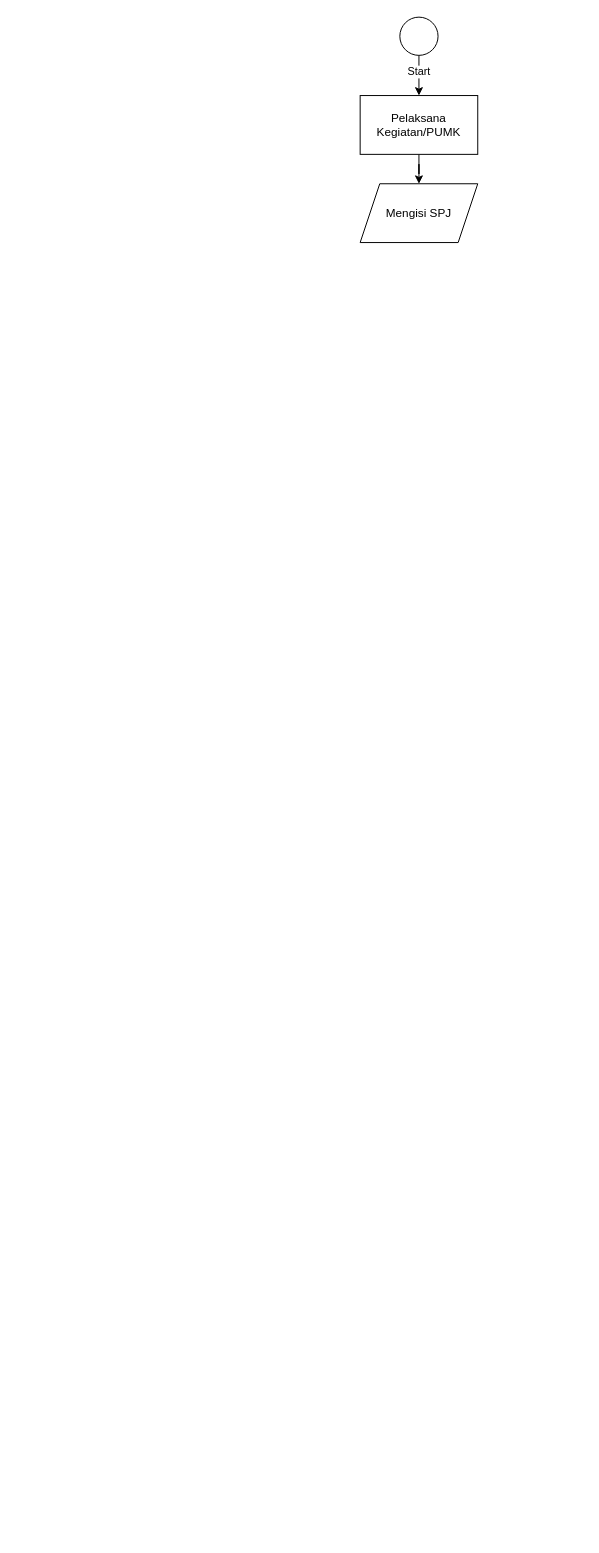
Before: Pengembalian/Pembukuan.drawio in ansh215-it/File_Penting, a draw.io diagram. Source tidied: cells renumbered, new cells numbered last; positions are measured from the earlier drawing's top-left corner, leaving out a move shared by most shapes. Both pictures are drawn from the tidied source at 98%, with x=0, y=0 at pixel (360, 17). Pictures stored in the file or linked from it are replaced by grey dashed boxes.
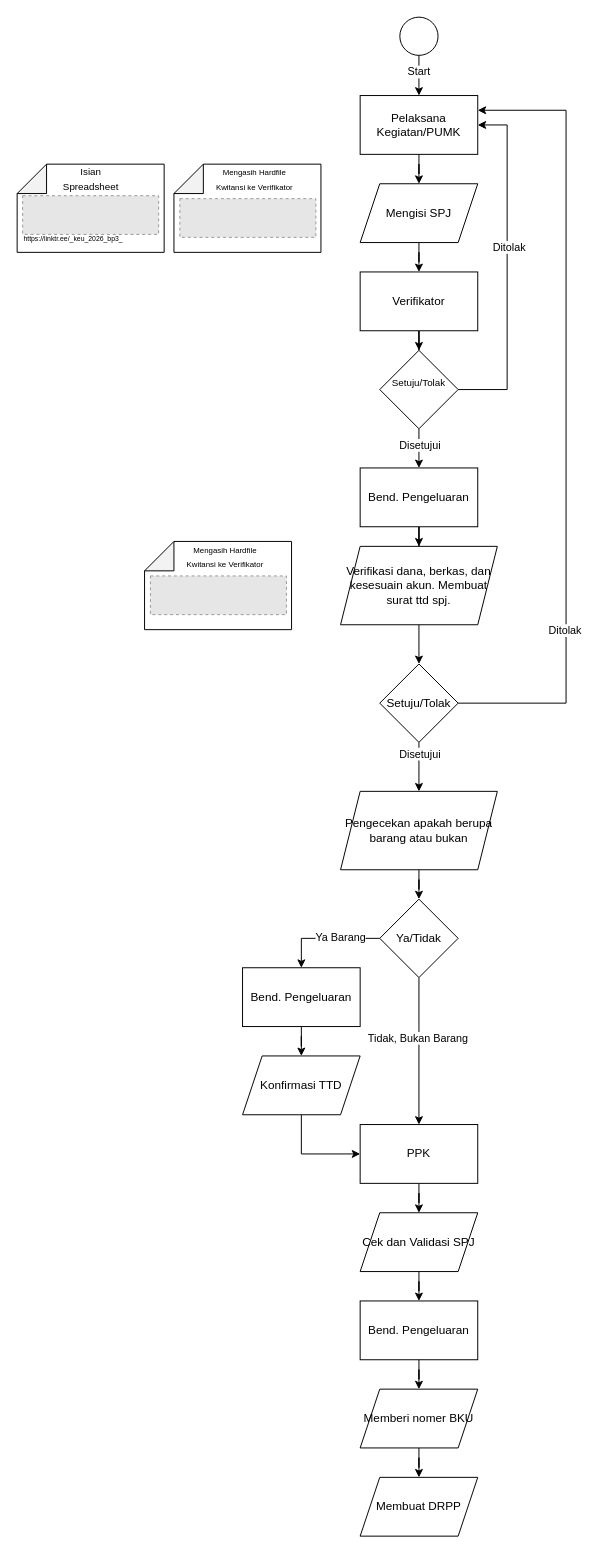
The same diagram, later.

The change refers to these unchanged cells:
```xml
<mxCell id="3" value="Pelaksana Kegiatan/PUMK" style="rounded=0;whiteSpace=wrap;html=1;" parent="1" vertex="1">
  <mxGeometry y="80" width="120" height="60" as="geometry" />
</mxCell>
<mxCell id="7" value="Mengisi SPJ" style="shape=parallelogram;perimeter=parallelogramPerimeter;whiteSpace=wrap;html=1;shapeInside=1;fixedSize=1;" parent="1" vertex="1">
  <mxGeometry y="170" width="120" height="60" as="geometry" />
</mxCell>
```

The edit, as a diff of the source:
```diff
@@
+    <mxCell id="8" style="edgeStyle=orthogonalEdgeStyle;rounded=0;jettySize=auto;html=1;" parent="1" edge="1" source="7" target="16">
+      <mxGeometry relative="1" as="geometry" />
+    </mxCell>
@@
+    <mxCell id="9" style="shape=note;whiteSpace=wrap;html=1;backgroundOutline=1;darkOpacity=0.05;rotation=-90;" parent="1" vertex="1">
+      <mxGeometry x="-320" y="120" width="90" height="150" as="geometry" />
+    </mxCell>
+    <mxCell id="10" style="fillColor=#E6E6E6;strokeColor=#999999;dashed=1;verticalLabelPosition=bottom;labelBackgroundColor=default;verticalAlign=top;" parent="1" vertex="1">
+      <mxGeometry x="-344.4" y="182.2" width="138.8" height="39.5" as="geometry" />
+    </mxCell>
+    <mxCell id="11" value="&lt;font style=&quot;font-size: 7px;&quot;&gt;https://linktr.ee/_keu_2026_bp3_&lt;/font&gt;" style="text;html=1;whiteSpace=wrap;strokeColor=none;fillColor=none;align=center;verticalAlign=middle;rounded=0;" parent="1" vertex="1">
+      <mxGeometry x="-330" y="210" width="75" height="30" as="geometry" />
+    </mxCell>
+    <mxCell id="12" style="shape=note;whiteSpace=wrap;html=1;backgroundOutline=1;darkOpacity=0.05;rotation=-90;" parent="1" vertex="1">
+      <mxGeometry x="-160" y="120" width="90" height="150" as="geometry" />
+    </mxCell>
+    <mxCell id="13" style="fillColor=#E6E6E6;strokeColor=#999999;dashed=1;verticalLabelPosition=bottom;labelBackgroundColor=default;verticalAlign=top;" parent="1" vertex="1">
+      <mxGeometry x="-184" y="185.2" width="138.8" height="39.5" as="geometry" />
+    </mxCell>
+    <mxCell id="14" value="&lt;font style=&quot;font-size: 8px;&quot;&gt;Mengasih Hardfile Kwitansi ke Verifikator&lt;/font&gt;" style="text;html=1;whiteSpace=wrap;strokeColor=none;fillColor=none;align=center;verticalAlign=middle;rounded=0;" parent="1" vertex="1">
+      <mxGeometry x="-150" y="150" width="85" height="30" as="geometry" />
+    </mxCell>
+    <mxCell id="15" style="edgeStyle=orthogonalEdgeStyle;rounded=0;jettySize=auto;html=1;" parent="1" edge="1" source="16" target="21">
+      <mxGeometry relative="1" as="geometry" />
+    </mxCell>
+    <mxCell id="16" value="Verifikator" style="rounded=0;whiteSpace=wrap;html=1;" parent="1" vertex="1">
+      <mxGeometry y="260" width="120" height="60" as="geometry" />
+    </mxCell>
+    <mxCell id="17" style="edgeStyle=orthogonalEdgeStyle;rounded=0;jettySize=auto;html=1;entryX=1;entryY=0.5;entryDx=0;entryDy=0;" parent="1" edge="1" source="21" target="3">
+      <mxGeometry relative="1" as="geometry">
+        <Array as="points">
+          <mxPoint x="150" y="380" />
+          <mxPoint x="150" y="110" />
+        </Array>
+      </mxGeometry>
+    </mxCell>
+    <mxCell id="18" value="Ditolak" style="edgeLabel;html=1;align=center;verticalAlign=middle;" parent="17" vertex="1">
+      <mxGeometry x="-0.03" y="-1" relative="1" as="geometry">
+        <mxPoint y="-26" as="offset" />
+      </mxGeometry>
+    </mxCell>
+    <mxCell id="19" style="edgeStyle=orthogonalEdgeStyle;rounded=0;jettySize=auto;html=1;" parent="1" edge="1" source="21" target="23">
+      <mxGeometry relative="1" as="geometry" />
+    </mxCell>
+    <mxCell id="20" value="Disetujui" style="edgeLabel;html=1;align=center;verticalAlign=middle;" parent="19" vertex="1">
+      <mxGeometry x="-0.2" relative="1" as="geometry" />
+    </mxCell>
+    <mxCell id="21" value="&lt;font size=&quot;1&quot;&gt;Setuju/Tolak&lt;/font&gt;&lt;br&gt;&lt;div&gt;&lt;br&gt;&lt;/div&gt;" style="rhombus;whiteSpace=wrap;html=1;shapeInside=1;rounded=0;" parent="1" vertex="1">
+      <mxGeometry x="20" y="340" width="80" height="80" as="geometry" />
+    </mxCell>
+    <mxCell id="22" style="edgeStyle=orthogonalEdgeStyle;rounded=0;jettySize=auto;html=1;" parent="1" edge="1" source="23" target="25">
+      <mxGeometry relative="1" as="geometry" />
+    </mxCell>
+    <mxCell id="23" value="Bend. Pengeluaran" style="rounded=0;whiteSpace=wrap;html=1;" parent="1" vertex="1">
+      <mxGeometry y="460" width="120" height="60" as="geometry" />
+    </mxCell>
+    <mxCell id="24" style="edgeStyle=orthogonalEdgeStyle;rounded=0;jettySize=auto;html=1;" parent="1" edge="1" source="25" target="36">
+      <mxGeometry relative="1" as="geometry" />
+    </mxCell>
+    <mxCell id="25" value="Verifikasi dana, berkas, dan kesesuain akun. Membuat surat ttd spj." style="shape=parallelogram;perimeter=parallelogramPerimeter;whiteSpace=wrap;html=1;shapeInside=1;fixedSize=1;" parent="1" vertex="1">
+      <mxGeometry x="-20" y="540" width="160" height="80" as="geometry" />
+    </mxCell>
+    <mxCell id="26" value="&lt;font style=&quot;font-size: 10px;&quot;&gt;Isian Spreadsheet&lt;/font&gt;" style="text;html=1;whiteSpace=wrap;strokeColor=none;fillColor=none;align=center;verticalAlign=middle;rounded=0;" parent="1" vertex="1">
+      <mxGeometry x="-312.5" y="150" width="75" height="30" as="geometry" />
+    </mxCell>
+    <mxCell id="27" style="shape=note;whiteSpace=wrap;html=1;backgroundOutline=1;darkOpacity=0.05;rotation=-90;" parent="1" vertex="1">
+      <mxGeometry x="-190" y="505" width="90" height="150" as="geometry" />
+    </mxCell>
+    <mxCell id="28" style="fillColor=#E6E6E6;strokeColor=#999999;dashed=1;verticalLabelPosition=bottom;labelBackgroundColor=default;verticalAlign=top;" parent="1" vertex="1">
+      <mxGeometry x="-214" y="570.2" width="138.8" height="39.5" as="geometry" />
+    </mxCell>
+    <mxCell id="29" value="&lt;font style=&quot;font-size: 8px;&quot;&gt;Mengasih Hardfile Kwitansi ke Verifikator&lt;/font&gt;" style="text;html=1;whiteSpace=wrap;strokeColor=none;fillColor=none;align=center;verticalAlign=middle;rounded=0;" parent="1" vertex="1">
+      <mxGeometry x="-180" y="535" width="85" height="30" as="geometry" />
+    </mxCell>
+    <mxCell id="30" style="edgeStyle=orthogonalEdgeStyle;rounded=0;jettySize=auto;html=1;" parent="1" edge="1" source="31" target="49">
+      <mxGeometry relative="1" as="geometry" />
+    </mxCell>
+    <mxCell id="31" value="PPK" style="rounded=0;whiteSpace=wrap;html=1;" parent="1" vertex="1">
+      <mxGeometry y="1130" width="120" height="60" as="geometry" />
+    </mxCell>
+    <mxCell id="32" style="edgeStyle=orthogonalEdgeStyle;rounded=0;jettySize=auto;html=1;entryX=1;entryY=0.25;entryDx=0;entryDy=0;" parent="1" edge="1" source="36" target="3">
+      <mxGeometry relative="1" as="geometry">
+        <Array as="points">
+          <mxPoint x="210.1" y="700" />
+          <mxPoint x="210.1" y="94.9" />
+        </Array>
+      </mxGeometry>
+    </mxCell>
+    <mxCell id="33" value="Ditolak" style="edgeLabel;html=1;align=center;verticalAlign=middle;" parent="32" vertex="1">
+      <mxGeometry x="-0.54" y="2" relative="1" as="geometry" />
+    </mxCell>
+    <mxCell id="34" style="edgeStyle=orthogonalEdgeStyle;rounded=0;jettySize=auto;html=1;entryX=0.5;entryY=0;entryDx=0;entryDy=0;" parent="1" edge="1" source="36" target="38">
+      <mxGeometry relative="1" as="geometry" />
+    </mxCell>
+    <mxCell id="35" value="Disetujui" style="edgeLabel;html=1;align=center;verticalAlign=middle;" parent="34" vertex="1">
+      <mxGeometry x="-0.58" relative="1" as="geometry" />
+    </mxCell>
+    <mxCell id="36" value="Setuju/Tolak" style="rhombus;whiteSpace=wrap;html=1;shapeInside=1;" parent="1" vertex="1">
+      <mxGeometry x="20" y="660" width="80" height="80" as="geometry" />
+    </mxCell>
+    <mxCell id="37" style="edgeStyle=orthogonalEdgeStyle;rounded=0;jettySize=auto;html=1;" parent="1" edge="1" source="38" target="43">
+      <mxGeometry relative="1" as="geometry" />
+    </mxCell>
+    <mxCell id="38" value="Pengecekan apakah berupa barang atau bukan" style="shape=parallelogram;perimeter=parallelogramPerimeter;whiteSpace=wrap;html=1;shapeInside=1;fixedSize=1;" parent="1" vertex="1">
+      <mxGeometry x="-20" y="790" width="160" height="80" as="geometry" />
+    </mxCell>
+    <mxCell id="39" style="edgeStyle=orthogonalEdgeStyle;rounded=0;jettySize=auto;html=1;entryX=0.5;entryY=0;entryDx=0;entryDy=0;" parent="1" edge="1" source="43" target="31">
+      <mxGeometry relative="1" as="geometry" />
+    </mxCell>
+    <mxCell id="40" value="Tidak, Bukan Barang" style="edgeLabel;html=1;align=center;verticalAlign=middle;" parent="39" vertex="1">
+      <mxGeometry x="-0.17" y="-2" relative="1" as="geometry">
+        <mxPoint y="-1" as="offset" />
+      </mxGeometry>
+    </mxCell>
+    <mxCell id="41" style="edgeStyle=orthogonalEdgeStyle;rounded=0;jettySize=auto;html=1;entryX=0.5;entryY=0;entryDx=0;entryDy=0;" parent="1" edge="1" source="43" target="45">
+      <mxGeometry relative="1" as="geometry" />
+    </mxCell>
+    <mxCell id="42" value="Ya Barang" style="edgeLabel;html=1;align=center;verticalAlign=middle;" parent="41" vertex="1">
+      <mxGeometry x="-0.25" y="-2" relative="1" as="geometry" />
+    </mxCell>
+    <mxCell id="43" value="Ya/Tidak" style="rhombus;whiteSpace=wrap;html=1;shapeInside=1;" parent="1" vertex="1">
+      <mxGeometry x="20" y="900" width="80" height="80" as="geometry" />
+    </mxCell>
+    <mxCell id="44" style="edgeStyle=orthogonalEdgeStyle;rounded=0;jettySize=auto;html=1;" parent="1" edge="1" source="45" target="47">
+      <mxGeometry relative="1" as="geometry" />
+    </mxCell>
+    <mxCell id="45" value="Bend. Pengeluaran" style="rounded=0;whiteSpace=wrap;html=1;" parent="1" vertex="1">
+      <mxGeometry x="-120" y="970" width="120" height="60" as="geometry" />
+    </mxCell>
+    <mxCell id="46" style="edgeStyle=orthogonalEdgeStyle;rounded=0;jettySize=auto;html=1;entryX=0;entryY=0.5;entryDx=0;entryDy=0;" parent="1" edge="1" source="47" target="31">
+      <mxGeometry relative="1" as="geometry" />
+    </mxCell>
+    <mxCell id="47" value="Konfirmasi TTD" style="shape=parallelogram;perimeter=parallelogramPerimeter;whiteSpace=wrap;html=1;shapeInside=1;fixedSize=1;rounded=0;" parent="1" vertex="1">
+      <mxGeometry x="-120" y="1060" width="120" height="60" as="geometry" />
+    </mxCell>
+    <mxCell id="48" style="edgeStyle=orthogonalEdgeStyle;rounded=0;jettySize=auto;html=1;" parent="1" edge="1" source="49" target="51">
+      <mxGeometry relative="1" as="geometry" />
+    </mxCell>
+    <mxCell id="49" value="Cek dan Validasi SPJ" style="shape=parallelogram;perimeter=parallelogramPerimeter;whiteSpace=wrap;html=1;shapeInside=1;fixedSize=1;rounded=0;" parent="1" vertex="1">
+      <mxGeometry y="1220" width="120" height="60" as="geometry" />
+    </mxCell>
+    <mxCell id="50" style="edgeStyle=orthogonalEdgeStyle;rounded=0;jettySize=auto;html=1;" parent="1" edge="1" source="51" target="53">
+      <mxGeometry relative="1" as="geometry" />
+    </mxCell>
+    <mxCell id="51" value="Bend. Pengeluaran" style="whiteSpace=wrap;html=1;rounded=0;" parent="1" vertex="1">
+      <mxGeometry y="1310" width="120" height="60" as="geometry" />
+    </mxCell>
+    <mxCell id="52" style="edgeStyle=orthogonalEdgeStyle;rounded=0;jettySize=auto;html=1;" parent="1" edge="1" source="53" target="54">
+      <mxGeometry relative="1" as="geometry" />
+    </mxCell>
+    <mxCell id="53" value="Memberi nomer BKU" style="shape=parallelogram;perimeter=parallelogramPerimeter;whiteSpace=wrap;html=1;shapeInside=1;fixedSize=1;rounded=0;" parent="1" vertex="1">
+      <mxGeometry y="1400" width="120" height="60" as="geometry" />
+    </mxCell>
+    <mxCell id="54" value="Membuat DRPP" style="shape=parallelogram;perimeter=parallelogramPerimeter;whiteSpace=wrap;html=1;shapeInside=1;fixedSize=1;rounded=0;" parent="1" vertex="1">
+      <mxGeometry y="1490" width="120" height="60" as="geometry" />
+    </mxCell>
```
